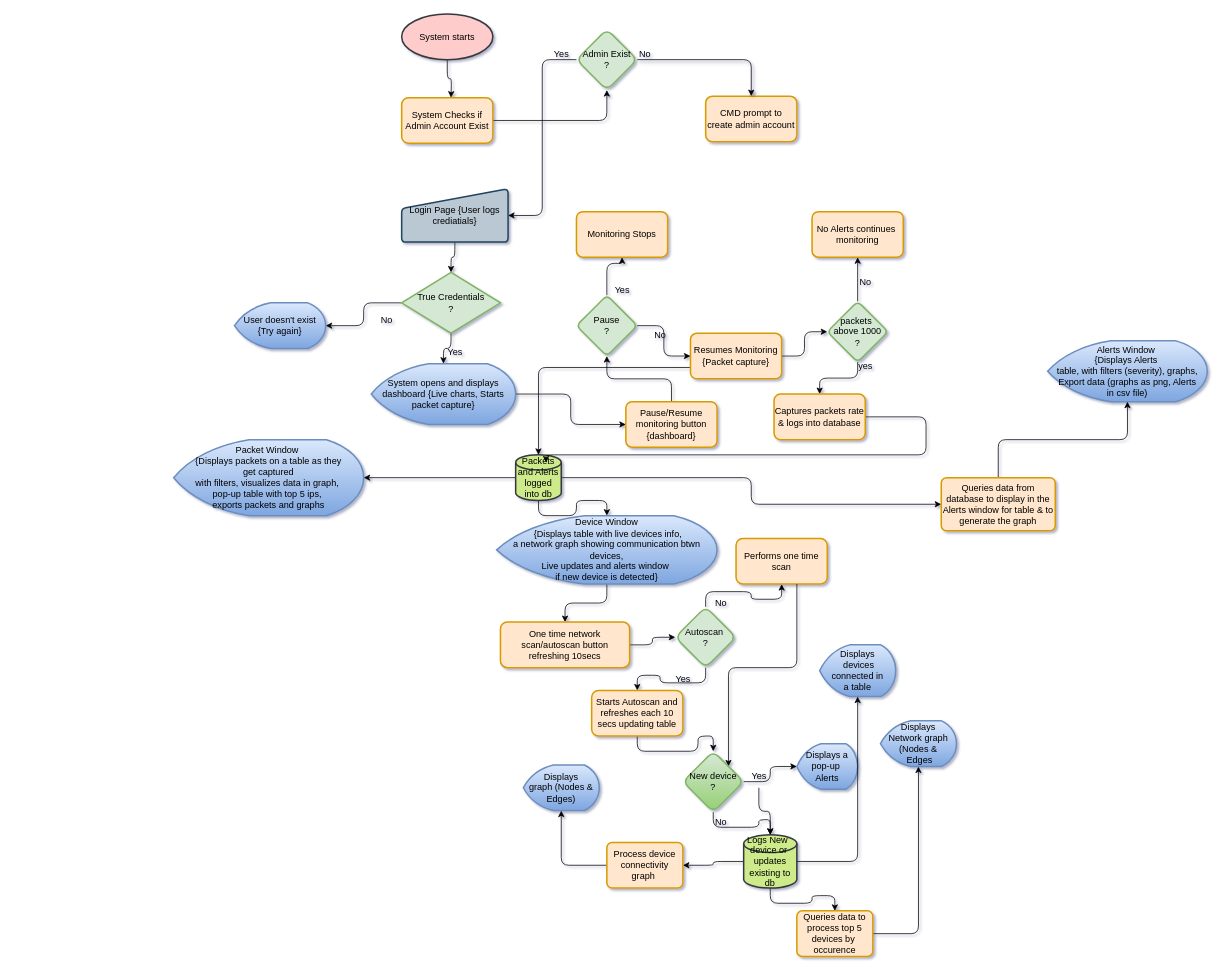
Before: docs/Untitled Diagram.drawio in Bigst3pp3r/Simple-Network-Monitoring-System-main, a draw.io diagram. Source tidied: cells renumbered, new cells numbered last; positions are measured from the earlier drawing's top-left corner, leaving out a move shared by most shapes. Both pictures are drawn from the tidied source at 76%, with x=0, y=0 at pixel (173, 14).
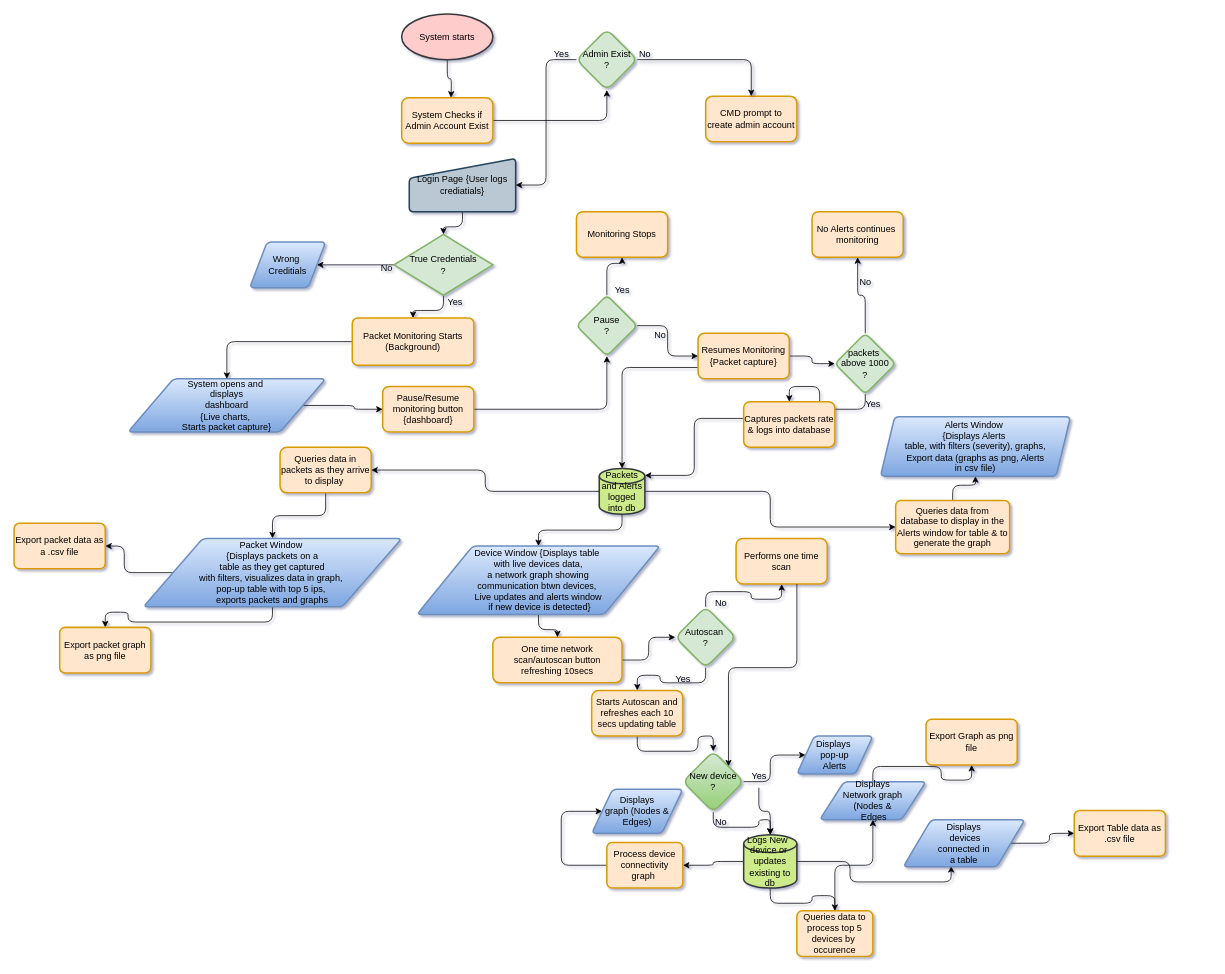
The same diagram, later.

Unchanged cells that the change refers to:
```xml
<mxCell id="62" value="Logs New&amp;nbsp;&amp;nbsp;&lt;div&gt;device or&amp;nbsp;&lt;/div&gt;&lt;div&gt;updates existing to&lt;/div&gt;&lt;div&gt;db&lt;/div&gt;" style="strokeWidth=2;html=1;shape=mxgraph.flowchart.database;whiteSpace=wrap;rounded=1;fillColor=#cdeb8b;strokeColor=#36393d;" parent="1" vertex="1">
  <mxGeometry x="750" y="1080" width="70" height="70" as="geometry" />
</mxCell>
```

Diff of the diagram source:
```diff
@@
     <mxCell id="5" value="Login Page {User logs crediatials}" style="rounded=1;whiteSpace=wrap;html=1;absoluteArcSize=1;arcSize=11;strokeWidth=2;fillColor=#bac8d3;strokeColor=#23445d;shape=manualInput;size=26;" parent="1" vertex="1">
-      <mxGeometry x="300" y="230" width="140" height="70" as="geometry" />
+      <mxGeometry x="310" y="190" width="140" height="70" as="geometry" />
     </mxCell>
-    <mxCell id="6" style="edgeStyle=orthogonalEdgeStyle;rounded=1;jettySize=auto;html=1;flowAnimation=0;" parent="1" edge="1" source="8" target="11">
-      <mxGeometry relative="1" as="geometry" />
-    </mxCell>
-    <mxCell id="7" style="edgeStyle=orthogonalEdgeStyle;rounded=1;jettySize=auto;html=1;flowAnimation=0;" parent="1" edge="1" source="8" target="14">
-      <mxGeometry relative="1" as="geometry" />
-    </mxCell>
+    <mxCell id="80" style="edgeStyle=orthogonalEdgeStyle;rounded=1;jettySize=auto;html=1;curved=0;" parent="1" edge="1" source="8" target="94">
+      <mxGeometry relative="1" as="geometry" />
+    </mxCell>
+    <mxCell id="81" style="edgeStyle=orthogonalEdgeStyle;rounded=1;jettySize=auto;html=1;curved=0;" parent="1" edge="1" source="8" target="87">
+      <mxGeometry relative="1" as="geometry" />
+    </mxCell>
     <mxCell id="8" value="True Credentials&lt;div&gt;?&lt;/div&gt;" style="strokeWidth=2;html=1;shape=mxgraph.flowchart.decision;whiteSpace=wrap;fillColor=#d5e8d4;strokeColor=#82b366;rounded=1;" parent="1" vertex="1">
-      <mxGeometry x="300" y="340" width="130" height="80" as="geometry" />
+      <mxGeometry x="290" y="290" width="130" height="80" as="geometry" />
     </mxCell>
-    <mxCell id="9" value="Yes" style="text;html=1;align=center;verticalAlign=middle;strokeColor=none;fillColor=none;rounded=1;" parent="1" vertex="1">
-      <mxGeometry x="350" y="430" width="40" height="30" as="geometry" />
-    </mxCell>
-    <mxCell id="10" style="edgeStyle=orthogonalEdgeStyle;rounded=1;jettySize=auto;html=1;flowAnimation=0;" parent="1" edge="1" source="11" target="13">
-      <mxGeometry relative="1" as="geometry" />
-    </mxCell>
-    <mxCell id="11" value="System opens and displays dashboard {Live charts, Starts packet capture}" style="rounded=1;whiteSpace=wrap;html=1;absoluteArcSize=1;arcSize=14;strokeWidth=2;fillColor=#dae8fc;strokeColor=#6c8ebf;shape=mxgraph.flowchart.display;gradientColor=#7ea6e0;" parent="1" vertex="1">
-      <mxGeometry x="260" y="460" width="190" height="80" as="geometry" />
-    </mxCell>
@@
     <mxCell id="13" value="Pause/Resume monitoring button {dashboard}" style="rounded=1;whiteSpace=wrap;html=1;fillColor=#ffe6cc;strokeColor=#d79b00;arcSize=14;strokeWidth=2;" parent="1" vertex="1">
-      <mxGeometry x="595" y="510" width="120" height="60" as="geometry" />
+      <mxGeometry x="275" y="490" width="120" height="60" as="geometry" />
     </mxCell>
-    <mxCell id="14" value="User doesn't exist&lt;div&gt;{Try again}&lt;/div&gt;" style="shape=mxgraph.flowchart.display;whiteSpace=wrap;html=1;fixedSize=1;fillColor=#dae8fc;strokeColor=#6c8ebf;strokeWidth=2;rounded=1;gradientColor=#7ea6e0;" parent="1" vertex="1">
-      <mxGeometry x="80" y="380" width="120" height="60" as="geometry" />
-    </mxCell>
     <mxCell id="15" value="No" style="text;html=1;align=center;verticalAlign=middle;strokeColor=none;fillColor=none;rounded=1;" parent="1" vertex="1">
-      <mxGeometry x="260" y="388" width="40" height="30" as="geometry" />
+      <mxGeometry x="260" y="320" width="40" height="30" as="geometry" />
     </mxCell>
@@
     <mxCell id="22" value="Resumes Monitoring&lt;div&gt;{Packet capture}&lt;/div&gt;" style="whiteSpace=wrap;html=1;fillColor=#ffe6cc;strokeColor=#d79b00;rounded=1;arcSize=14;strokeWidth=2;" parent="1" vertex="1">
-      <mxGeometry x="680" y="420" width="120" height="60" as="geometry" />
+      <mxGeometry x="690" y="420" width="120" height="60" as="geometry" />
     </mxCell>
@@
-    <mxCell id="25" style="edgeStyle=orthogonalEdgeStyle;rounded=1;jettySize=auto;html=1;entryX=1;entryY=0.5;entryDx=0;entryDy=0;entryPerimeter=0;" parent="1" edge="1" source="28" target="51">
-      <mxGeometry relative="1" as="geometry" />
-    </mxCell>
-    <mxCell id="26" style="edgeStyle=orthogonalEdgeStyle;rounded=1;jettySize=auto;html=1;flowAnimation=0;" parent="1" edge="1" source="28" target="37">
-      <mxGeometry relative="1" as="geometry" />
-    </mxCell>
@@
+    <mxCell id="82" style="edgeStyle=orthogonalEdgeStyle;rounded=1;jettySize=auto;html=1;curved=0;" parent="1" edge="1" source="97" target="51">
+      <mxGeometry relative="1" as="geometry" />
+    </mxCell>
+    <mxCell id="83" style="edgeStyle=orthogonalEdgeStyle;rounded=1;jettySize=auto;html=1;curved=0;" parent="1" edge="1" source="28" target="89">
+      <mxGeometry relative="1" as="geometry" />
+    </mxCell>
     <mxCell id="28" value="Packets and Alerts logged into db" style="strokeWidth=2;html=1;shape=mxgraph.flowchart.database;whiteSpace=wrap;fillColor=#cdeb8b;strokeColor=#36393d;rounded=1;" parent="1" vertex="1">
-      <mxGeometry x="450" y="580" width="60" height="60" as="geometry" />
+      <mxGeometry x="560" y="598" width="60" height="60" as="geometry" />
     </mxCell>
-    <mxCell id="29" value="Alerts Window&amp;nbsp;&lt;div&gt;&lt;span style=&quot;background-color: transparent; color: light-dark(rgb(0, 0, 0), rgb(255, 255, 255));&quot;&gt;{Displays Alerts&amp;nbsp;&lt;/span&gt;&lt;div&gt;table, with filters (severity), graphs,&lt;/div&gt;&lt;div&gt;Export data (graphs as png, Alerts&lt;/div&gt;&lt;div&gt;in csv file)&lt;/div&gt;&lt;/div&gt;" style="shape=mxgraph.flowchart.display;whiteSpace=wrap;html=1;fixedSize=1;fillColor=#dae8fc;strokeColor=#6c8ebf;strokeWidth=2;rounded=1;gradientColor=#7ea6e0;" parent="1" vertex="1">
-      <mxGeometry x="1150" y="430" width="210" height="80" as="geometry" />
-    </mxCell>
@@
     <mxCell id="32" value="packets&amp;nbsp;&lt;div&gt;above 1000&lt;/div&gt;&lt;div&gt;?&lt;/div&gt;" style="rhombus;whiteSpace=wrap;html=1;fillColor=#d5e8d4;strokeColor=#82b366;rounded=1;arcSize=14;strokeWidth=2;" parent="1" vertex="1">
-      <mxGeometry x="860" y="378" width="80" height="80" as="geometry" />
+      <mxGeometry x="870" y="420" width="80" height="80" as="geometry" />
     </mxCell>
-    <mxCell id="33" style="edgeStyle=orthogonalEdgeStyle;rounded=1;jettySize=auto;html=1;entryX=0.667;entryY=0.167;entryDx=0;entryDy=0;entryPerimeter=0;flowAnimation=0;" parent="1" edge="1" source="34" target="28">
-      <mxGeometry relative="1" as="geometry">
-        <Array as="points">
-          <mxPoint x="990" y="530" />
-          <mxPoint x="990" y="580" />
-          <mxPoint x="490" y="580" />
-        </Array>
-      </mxGeometry>
+    <mxCell id="33" style="edgeStyle=orthogonalEdgeStyle;rounded=1;jettySize=auto;html=1;exitX=0.008;exitY=0.367;exitDx=0;exitDy=0;exitPerimeter=0;curved=0;entryX=1;entryY=0.15;entryDx=0;entryDy=0;entryPerimeter=0;" parent="1" edge="1" source="34" target="28">
+      <mxGeometry relative="1" as="geometry" />
     </mxCell>
     <mxCell id="34" value="Captures packets rate &amp;amp; logs into database" style="whiteSpace=wrap;html=1;fillColor=#ffe6cc;strokeColor=#d79b00;rounded=1;arcSize=14;strokeWidth=2;" parent="1" vertex="1">
-      <mxGeometry x="790" y="500" width="120" height="60" as="geometry" />
+      <mxGeometry x="750" y="510" width="120" height="60" as="geometry" />
     </mxCell>
-    <mxCell id="35" value="yes" style="text;html=1;align=center;verticalAlign=middle;strokeColor=none;fillColor=none;rounded=1;" parent="1" vertex="1">
-      <mxGeometry x="890" y="448" width="40" height="30" as="geometry" />
-    </mxCell>
-    <mxCell id="36" style="edgeStyle=orthogonalEdgeStyle;rounded=1;jettySize=auto;html=1;flowAnimation=0;" parent="1" edge="1" source="37" target="41">
-      <mxGeometry relative="1" as="geometry" />
-    </mxCell>
-    <mxCell id="37" value="Device Window&lt;div&gt;&amp;nbsp;{Displays table with live devices info,&lt;div&gt;a network graph showing communication btwn devices,&lt;/div&gt;&lt;div&gt;Live updates and alerts window&amp;nbsp;&lt;/div&gt;&lt;div&gt;if new device is detected}&lt;/div&gt;&lt;/div&gt;" style="shape=mxgraph.flowchart.display;whiteSpace=wrap;html=1;fixedSize=1;fillColor=#dae8fc;strokeColor=#6c8ebf;strokeWidth=2;rounded=1;gradientColor=#7ea6e0;" parent="1" vertex="1">
-      <mxGeometry x="425" y="660" width="290" height="90" as="geometry" />
-    </mxCell>
@@
     <mxCell id="41" value="One time network scan/autoscan button&lt;div&gt;refreshing 10secs&lt;/div&gt;" style="rounded=1;whiteSpace=wrap;html=1;fillColor=#ffe6cc;strokeColor=#d79b00;strokeWidth=2;" parent="1" vertex="1">
-      <mxGeometry x="430" y="800" width="170" height="60" as="geometry" />
+      <mxGeometry x="420" y="820" width="170" height="60" as="geometry" />
     </mxCell>
@@
-    <mxCell id="47" value="Displays&lt;div&gt;&amp;nbsp;devices&lt;div&gt;connected in&lt;/div&gt;&lt;div&gt;a table&lt;/div&gt;&lt;/div&gt;" style="shape=mxgraph.flowchart.display;whiteSpace=wrap;html=1;fixedSize=1;fillColor=#dae8fc;strokeColor=#6c8ebf;rounded=1;strokeWidth=2;gradientColor=#7ea6e0;" parent="1" vertex="1">
-      <mxGeometry x="850" y="830" width="100" height="68" as="geometry" />
-    </mxCell>
@@
+    <mxCell id="84" style="edgeStyle=orthogonalEdgeStyle;rounded=1;jettySize=auto;html=1;curved=0;" parent="1" edge="1" source="51" target="101">
+      <mxGeometry relative="1" as="geometry" />
+    </mxCell>
+    <mxCell id="85" style="edgeStyle=orthogonalEdgeStyle;rounded=1;jettySize=auto;html=1;curved=0;" parent="1" edge="1" source="51" target="102">
+      <mxGeometry relative="1" as="geometry" />
+    </mxCell>
-    <mxCell id="51" value="Packet Window&amp;nbsp;&lt;div&gt;{Displays packets on a table as they&lt;/div&gt;&lt;div&gt;&amp;nbsp;get captured&amp;nbsp;&lt;/div&gt;&lt;div&gt;with filters, visualizes data in graph,&amp;nbsp;&lt;/div&gt;&lt;div&gt;pop-up table with top 5 ips,&amp;nbsp;&lt;/div&gt;&lt;div&gt;exports packets and graphs&lt;/div&gt;" style="strokeWidth=2;html=1;shape=mxgraph.flowchart.display;whiteSpace=wrap;rounded=1;fillColor=#dae8fc;strokeColor=#6c8ebf;gradientColor=#7ea6e0;" parent="1" vertex="1">
-      <mxGeometry y="560" width="250" height="100" as="geometry" />
+    <mxCell id="51" value="Packet Window&amp;nbsp;&lt;div&gt;{Displays packets on a&lt;/div&gt;&lt;div&gt;&amp;nbsp;table as they&amp;nbsp;&lt;span style=&quot;background-color: transparent; color: light-dark(rgb(0, 0, 0), rgb(255, 255, 255));&quot;&gt;get captured&amp;nbsp;&lt;/span&gt;&lt;/div&gt;&lt;div&gt;with filters, visualizes data in graph,&amp;nbsp;&lt;/div&gt;&lt;div&gt;pop-up table with top 5 ips,&amp;nbsp;&lt;/div&gt;&lt;div&gt;exports packets and graphs&lt;/div&gt;" style="strokeWidth=2;html=1;shape=parallelogram;whiteSpace=wrap;rounded=1;fillColor=#dae8fc;strokeColor=#6c8ebf;gradientColor=#7ea6e0;perimeter=parallelogramPerimeter;arcSize=12;size=0.23;" parent="1" vertex="1">
+      <mxGeometry x="-40" y="690" width="340" height="90" as="geometry" />
     </mxCell>
@@
-    <mxCell id="56" value="Displays a pop-up&amp;nbsp;&lt;div&gt;Alerts&lt;/div&gt;" style="strokeWidth=2;html=1;shape=mxgraph.flowchart.display;whiteSpace=wrap;rounded=1;fillColor=#dae8fc;gradientColor=#7ea6e0;strokeColor=#6c8ebf;" parent="1" vertex="1">
-      <mxGeometry x="820" y="960" width="80" height="60" as="geometry" />
+    <mxCell id="56" value="Displays&amp;nbsp;&lt;div&gt;&amp;nbsp;pop-up&amp;nbsp;&lt;div&gt;Alerts&lt;/div&gt;&lt;/div&gt;" style="strokeWidth=2;html=1;shape=parallelogram;whiteSpace=wrap;rounded=1;fillColor=#dae8fc;gradientColor=#7ea6e0;strokeColor=#6c8ebf;perimeter=parallelogramPerimeter;arcSize=12;size=0.23;" parent="1" vertex="1">
+      <mxGeometry x="820" y="950" width="100" height="50" as="geometry" />
     </mxCell>
@@
-    <mxCell id="59" style="edgeStyle=orthogonalEdgeStyle;rounded=1;jettySize=auto;html=1;flowAnimation=0;" parent="1" edge="1" source="62" target="47">
+    <mxCell id="59" style="edgeStyle=orthogonalEdgeStyle;rounded=1;jettySize=auto;html=1;flowAnimation=0;entryX=0.394;entryY=0.984;entryDx=0;entryDy=0;entryPerimeter=0;" parent="1" edge="1" source="62" target="47">
       <mxGeometry relative="1" as="geometry" />
     </mxCell>
@@
-    <mxCell id="66" value="Displays&lt;div&gt;graph (Nodes &amp;amp;&lt;/div&gt;&lt;div&gt;Edges)&lt;/div&gt;" style="strokeWidth=2;html=1;shape=mxgraph.flowchart.display;whiteSpace=wrap;rounded=1;fillColor=#dae8fc;strokeColor=#6c8ebf;gradientColor=#7ea6e0;" parent="1" vertex="1">
-      <mxGeometry x="460" y="988" width="100" height="60" as="geometry" />
+    <mxCell id="66" value="Displays&lt;div&gt;graph (Nodes &amp;amp;&lt;/div&gt;&lt;div&gt;Edges)&lt;/div&gt;" style="strokeWidth=2;html=1;shape=parallelogram;whiteSpace=wrap;rounded=1;fillColor=#dae8fc;strokeColor=#6c8ebf;gradientColor=#7ea6e0;perimeter=parallelogramPerimeter;arcSize=12;size=0.23;" parent="1" vertex="1">
+      <mxGeometry x="550" y="1020" width="120" height="58" as="geometry" />
     </mxCell>
@@
+    <mxCell id="86" style="edgeStyle=orthogonalEdgeStyle;rounded=1;jettySize=auto;html=1;curved=0;" parent="1" edge="1" source="69" target="98">
+      <mxGeometry relative="1" as="geometry" />
+    </mxCell>
-    <mxCell id="69" value="Displays&lt;div&gt;Network graph&lt;/div&gt;&lt;div&gt;(Nodes &amp;amp;&lt;/div&gt;&lt;div&gt;&amp;nbsp;Edges&lt;/div&gt;" style="strokeWidth=2;html=1;shape=mxgraph.flowchart.display;whiteSpace=wrap;rounded=1;fillColor=#dae8fc;strokeColor=#6c8ebf;gradientColor=#7ea6e0;" parent="1" vertex="1">
-      <mxGeometry x="930" y="930" width="100" height="60" as="geometry" />
+    <mxCell id="69" value="Displays&lt;div&gt;Network graph&lt;/div&gt;&lt;div&gt;(Nodes &amp;amp;&lt;/div&gt;&lt;div&gt;&amp;nbsp;Edges&lt;/div&gt;" style="strokeWidth=2;html=1;shape=parallelogram;whiteSpace=wrap;rounded=1;fillColor=#dae8fc;strokeColor=#6c8ebf;gradientColor=#7ea6e0;perimeter=parallelogramPerimeter;arcSize=12;size=0.23;" parent="1" vertex="1">
+      <mxGeometry x="850" y="1010" width="140" height="50" as="geometry" />
     </mxCell>
-    <mxCell id="70" style="edgeStyle=orthogonalEdgeStyle;rounded=1;jettySize=auto;html=1;" parent="1" edge="1" source="71" target="29">
+    <mxCell id="70" style="edgeStyle=orthogonalEdgeStyle;rounded=1;jettySize=auto;html=1;curved=0;" parent="1" edge="1" source="71" target="29">
       <mxGeometry relative="1" as="geometry" />
     </mxCell>
     <mxCell id="71" value="Queries data from database to display in the Alerts window for table &amp;amp; to generate the graph" style="rounded=1;whiteSpace=wrap;html=1;absoluteArcSize=1;arcSize=14;strokeWidth=2;fillColor=#ffe6cc;strokeColor=#d79b00;" parent="1" vertex="1">
-      <mxGeometry x="1010" y="610" width="150" height="70" as="geometry" />
+      <mxGeometry x="950" y="640" width="150" height="70" as="geometry" />
     </mxCell>
@@
+    <mxCell id="87" value="Wrong&amp;nbsp;&lt;div&gt;Creditials&lt;/div&gt;" style="shape=parallelogram;html=1;strokeWidth=2;perimeter=parallelogramPerimeter;whiteSpace=wrap;rounded=1;arcSize=12;size=0.23;fillColor=#dae8fc;strokeColor=#6c8ebf;gradientColor=#7ea6e0;" parent="1" vertex="1">
+      <mxGeometry x="100" y="300" width="100" height="60" as="geometry" />
+    </mxCell>
+    <mxCell id="88" style="edgeStyle=orthogonalEdgeStyle;rounded=1;jettySize=auto;html=1;curved=0;" parent="1" edge="1" source="89" target="41">
+      <mxGeometry relative="1" as="geometry" />
+    </mxCell>
+    <mxCell id="89" value="Device Window {Displays table&amp;nbsp;&lt;div&gt;&lt;span style=&quot;background-color: transparent; color: light-dark(rgb(0, 0, 0), rgb(255, 255, 255));&quot;&gt;with live devices data,&lt;/span&gt;&lt;div&gt;&amp;nbsp;a network graph showing&amp;nbsp;&lt;/div&gt;&lt;div&gt;communication btwn devices,&amp;nbsp;&lt;/div&gt;&lt;div&gt;Live updates and alerts window&lt;/div&gt;&lt;div&gt;&amp;nbsp;if new device is detected}&lt;/div&gt;&lt;/div&gt;" style="shape=parallelogram;html=1;strokeWidth=2;perimeter=parallelogramPerimeter;whiteSpace=wrap;rounded=1;arcSize=12;size=0.23;fillColor=#dae8fc;gradientColor=#7ea6e0;strokeColor=#6c8ebf;" parent="1" vertex="1">
+      <mxGeometry x="320" y="700" width="320" height="90" as="geometry" />
+    </mxCell>
+    <mxCell id="90" style="edgeStyle=orthogonalEdgeStyle;rounded=1;jettySize=auto;html=1;curved=0;" parent="1" edge="1" source="47" target="99">
+      <mxGeometry relative="1" as="geometry" />
+    </mxCell>
+    <mxCell id="47" value="Displays&lt;div&gt;&amp;nbsp;devices&lt;div&gt;connected in&lt;/div&gt;&lt;div&gt;a table&lt;/div&gt;&lt;/div&gt;" style="shape=parallelogram;html=1;strokeWidth=2;perimeter=parallelogramPerimeter;whiteSpace=wrap;rounded=1;arcSize=12;size=0.23;fillColor=#dae8fc;gradientColor=#7ea6e0;strokeColor=#6c8ebf;" parent="1" vertex="1">
+      <mxGeometry x="960" y="1060" width="160" height="62" as="geometry" />
+    </mxCell>
+    <mxCell id="29" value="Alerts Window&amp;nbsp;&lt;div&gt;&lt;span style=&quot;background-color: transparent; color: light-dark(rgb(0, 0, 0), rgb(255, 255, 255));&quot;&gt;{Displays Alerts&amp;nbsp;&lt;/span&gt;&lt;div&gt;table, with filters (severity), graphs,&lt;/div&gt;&lt;div&gt;Export data (graphs as png, Alerts&lt;/div&gt;&lt;div&gt;in csv file)&lt;/div&gt;&lt;/div&gt;" style="shape=parallelogram;html=1;strokeWidth=2;perimeter=parallelogramPerimeter;whiteSpace=wrap;rounded=1;arcSize=12;size=0.07500000000000001;fillColor=#dae8fc;gradientColor=#7ea6e0;strokeColor=#6c8ebf;" parent="1" vertex="1">
+      <mxGeometry x="930" y="530" width="250" height="78" as="geometry" />
+    </mxCell>
+    <mxCell id="91" style="edgeStyle=orthogonalEdgeStyle;rounded=1;jettySize=auto;html=1;curved=0;" parent="1" edge="1" source="92" target="13">
+      <mxGeometry relative="1" as="geometry" />
+    </mxCell>
+    <mxCell id="92" value="System opens and&amp;nbsp;&lt;div&gt;displays&lt;div&gt;&lt;span style=&quot;background-color: transparent; color: light-dark(rgb(0, 0, 0), rgb(255, 255, 255));&quot;&gt;&amp;nbsp;dashboard&amp;nbsp;&lt;/span&gt;&lt;/div&gt;&lt;div&gt;&lt;span style=&quot;background-color: transparent; color: light-dark(rgb(0, 0, 0), rgb(255, 255, 255));&quot;&gt;{Live charts,&amp;nbsp;&lt;/span&gt;&lt;/div&gt;&lt;div&gt;&lt;span style=&quot;background-color: transparent; color: light-dark(rgb(0, 0, 0), rgb(255, 255, 255));&quot;&gt;Starts packet capture&lt;/span&gt;&lt;span style=&quot;background-color: transparent; color: light-dark(rgb(0, 0, 0), rgb(255, 255, 255));&quot;&gt;}&lt;/span&gt;&lt;/div&gt;&lt;/div&gt;" style="rounded=1;whiteSpace=wrap;html=1;absoluteArcSize=1;arcSize=12;strokeWidth=2;fillColor=#dae8fc;strokeColor=#6c8ebf;shape=parallelogram;gradientColor=#7ea6e0;perimeter=parallelogramPerimeter;size=0.23;" parent="1" vertex="1">
+      <mxGeometry x="-60" y="480" width="260" height="70" as="geometry" />
+    </mxCell>
+    <mxCell id="93" style="edgeStyle=orthogonalEdgeStyle;rounded=1;jettySize=auto;html=1;curved=0;" parent="1" edge="1" source="94" target="92">
+      <mxGeometry relative="1" as="geometry" />
+    </mxCell>
+    <mxCell id="94" value="Packet Monitoring Starts (Background)" style="rounded=1;whiteSpace=wrap;html=1;absoluteArcSize=1;arcSize=14;strokeWidth=2;fillColor=#ffe6cc;strokeColor=#d79b00;" parent="1" vertex="1">
+      <mxGeometry x="235" y="400" width="160" height="62" as="geometry" />
+    </mxCell>
+    <mxCell id="95" value="Yes" style="text;html=1;align=center;verticalAlign=middle;strokeColor=none;fillColor=none;" parent="1" vertex="1">
+      <mxGeometry x="350" y="364" width="40" height="30" as="geometry" />
+    </mxCell>
+    <mxCell id="96" style="edgeStyle=orthogonalEdgeStyle;rounded=1;jettySize=auto;html=1;curved=0;" parent="1" edge="1" source="28" target="97">
+      <mxGeometry relative="1" as="geometry" />
+    </mxCell>
+    <mxCell id="97" value="Queries data in packets as they arrive to display&amp;nbsp;" style="rounded=1;whiteSpace=wrap;html=1;fillColor=#ffe6cc;strokeColor=#d79b00;strokeWidth=2;" parent="1" vertex="1">
+      <mxGeometry x="140" y="570" width="120" height="60" as="geometry" />
+    </mxCell>
+    <mxCell id="98" value="Export Graph as png file" style="rounded=1;whiteSpace=wrap;html=1;fillColor=#ffe6cc;strokeColor=#d79b00;strokeWidth=2;arcSize=12;" parent="1" vertex="1">
+      <mxGeometry x="990" y="928" width="120" height="60" as="geometry" />
+    </mxCell>
+    <mxCell id="99" value="Export Table data as .csv file" style="whiteSpace=wrap;html=1;fillColor=#ffe6cc;strokeColor=#d79b00;strokeWidth=2;rounded=1;arcSize=12;" parent="1" vertex="1">
+      <mxGeometry x="1185" y="1048" width="120" height="60" as="geometry" />
+    </mxCell>
+    <mxCell id="100" value="Yes" style="text;html=1;align=center;verticalAlign=middle;strokeColor=none;fillColor=none;" parent="1" vertex="1">
+      <mxGeometry x="900" y="498" width="40" height="30" as="geometry" />
+    </mxCell>
+    <mxCell id="101" value="Export packet data as a .csv file" style="whiteSpace=wrap;html=1;fillColor=#ffe6cc;strokeColor=#d79b00;strokeWidth=2;rounded=1;arcSize=12;" parent="1" vertex="1">
+      <mxGeometry x="-210" y="670" width="120" height="60" as="geometry" />
+    </mxCell>
+    <mxCell id="102" value="Export packet graph as png file" style="whiteSpace=wrap;html=1;fillColor=#ffe6cc;strokeColor=#d79b00;strokeWidth=2;rounded=1;arcSize=12;" parent="1" vertex="1">
+      <mxGeometry x="-150" y="807" width="120" height="60" as="geometry" />
+    </mxCell>
```
